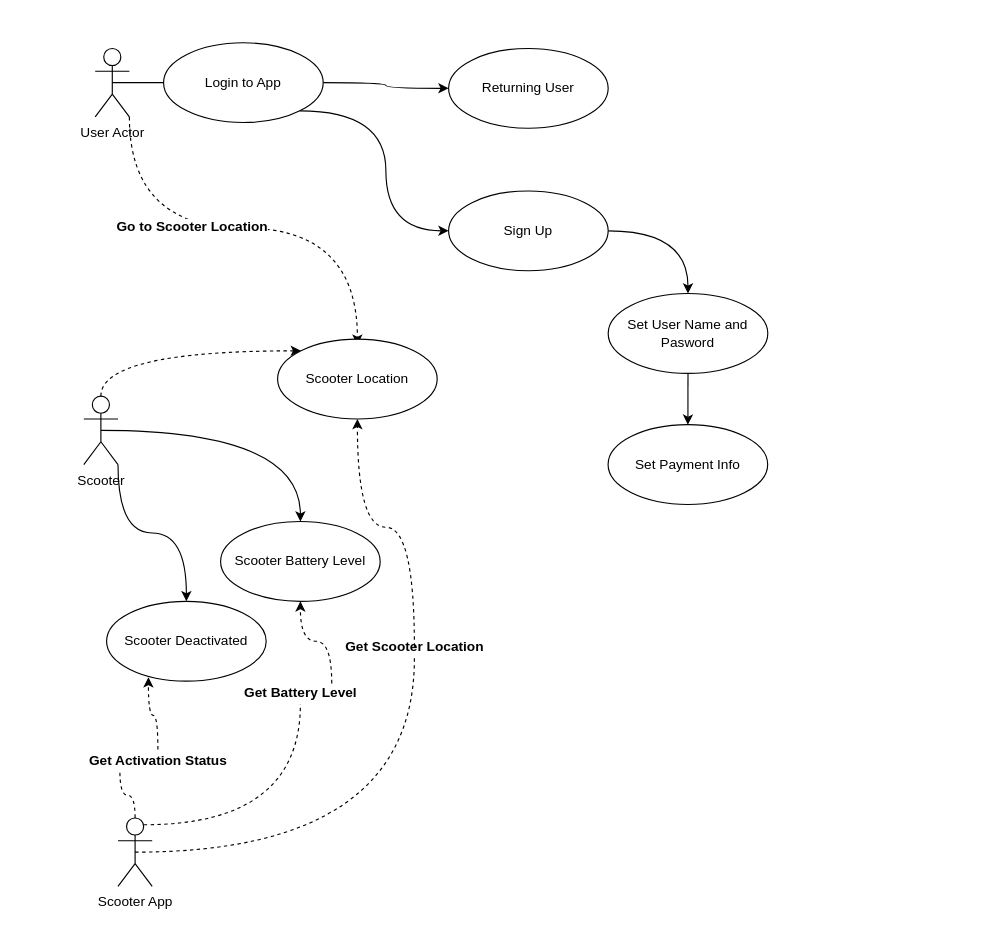
GreyWoulf/Scooter-Project keeps this draw.io diagram as Scooter Use Case Diagram.drawio. Above is the earlier version. Source tidied: cells renumbered, new cells numbered last; positions are measured from the earlier drawing's top-left corner, leaving out a move shared by most shapes. Both pictures are drawn from the tidied source at 114%, with x=0, y=0 at pixel (78, 42).
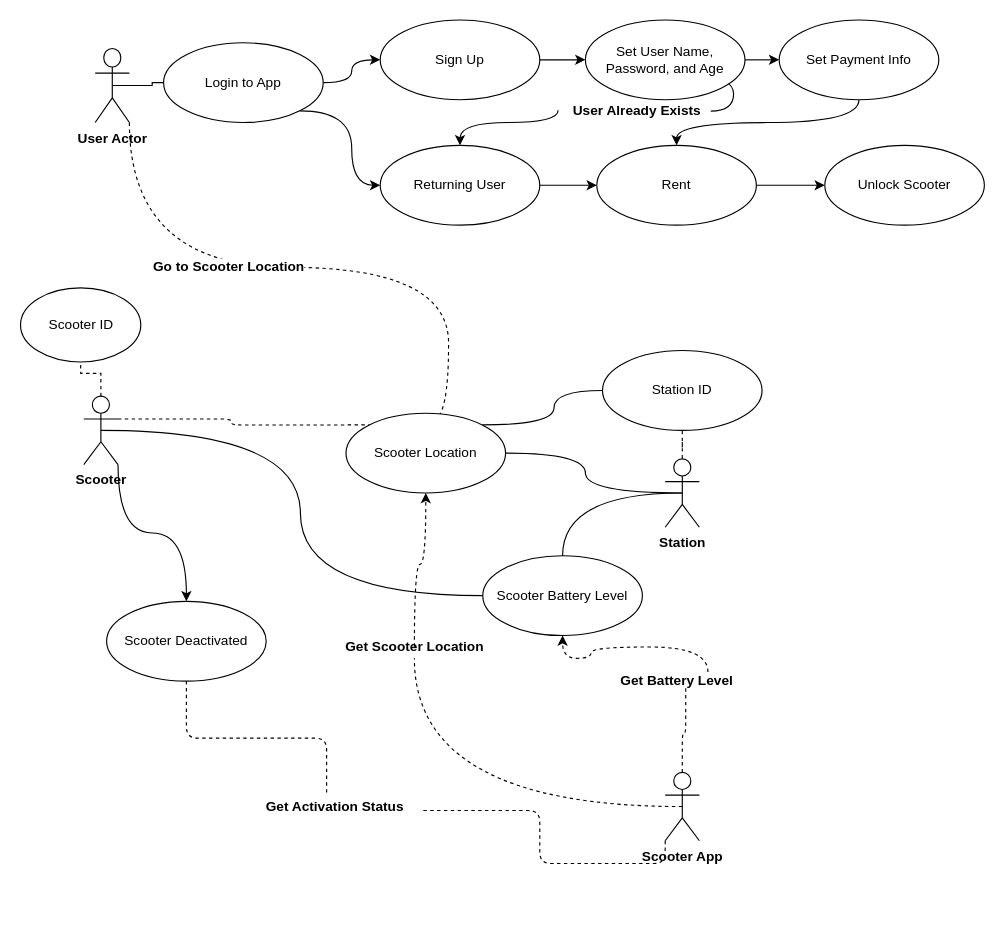
The same diagram, later.

Unchanged cells that the change refers to:
```xml
<mxCell id="17" value="Scooter Deactivated" style="ellipse;whiteSpace=wrap;html=1;" parent="1" vertex="1">
  <mxGeometry x="25" y="490" width="140" height="70" as="geometry" />
</mxCell>
<mxCell id="21" value="Login to App" style="ellipse;whiteSpace=wrap;html=1;" parent="1" vertex="1">
  <mxGeometry x="75" width="140" height="70" as="geometry" />
</mxCell>
```

Diff of the diagram source:
```diff
@@
     <mxCell id="2" style="edgeStyle=orthogonalEdgeStyle;jettySize=auto;html=1;exitX=1;exitY=1;exitDx=0;exitDy=0;exitPerimeter=0;entryX=0.5;entryY=0.071;entryDx=0;entryDy=0;entryPerimeter=0;curved=1;dashed=1;" parent="1" edge="1" source="4" target="18">
-      <mxGeometry relative="1" as="geometry" />
+      <mxGeometry relative="1" as="geometry">
+        <Array as="points">
+          <mxPoint x="45" y="197" />
+          <mxPoint x="325" y="197" />
+          <mxPoint x="325" y="330" />
+        </Array>
+      </mxGeometry>
     </mxCell>
@@
-    <mxCell id="4" value="User Actor" style="shape=umlActor;verticalLabelPosition=bottom;verticalAlign=top;html=1;" parent="1" vertex="1">
-      <mxGeometry x="15" y="5" width="30" height="60" as="geometry" />
+    <mxCell id="4" value="&lt;b&gt;User Actor&lt;/b&gt;" style="shape=umlActor;verticalLabelPosition=bottom;verticalAlign=top;html=1;" parent="1" vertex="1">
+      <mxGeometry x="15" y="5" width="30" height="65" as="geometry" />
     </mxCell>
@@
-    <mxCell id="6" style="edgeStyle=orthogonalEdgeStyle;jettySize=auto;html=1;exitX=0.5;exitY=0.5;exitDx=0;exitDy=0;exitPerimeter=0;curved=1;" parent="1" edge="1" source="8" target="16">
+    <mxCell id="6" style="edgeStyle=orthogonalEdgeStyle;curved=1;jettySize=auto;html=1;exitX=0.5;exitY=0.5;exitDx=0;exitDy=0;exitPerimeter=0;entryX=0;entryY=0.5;entryDx=0;entryDy=0;fontSize=12;endArrow=none;endFill=0;strokeColor=default;" parent="1" edge="1" source="8" target="16">
       <mxGeometry relative="1" as="geometry" />
     </mxCell>
-    <mxCell id="7" style="edgeStyle=orthogonalEdgeStyle;curved=1;jettySize=auto;html=1;exitX=0.5;exitY=0;exitDx=0;exitDy=0;exitPerimeter=0;entryX=0;entryY=0;entryDx=0;entryDy=0;dashed=1;fontSize=12;" parent="1" edge="1" source="8" target="18">
+    <mxCell id="7" style="edgeStyle=orthogonalEdgeStyle;jettySize=auto;html=1;exitX=1;exitY=0.3333333333333333;exitDx=0;exitDy=0;exitPerimeter=0;entryX=0;entryY=0;entryDx=0;entryDy=0;fontSize=12;endArrow=none;endFill=0;strokeColor=default;dashed=1;rounded=1;" parent="1" edge="1" source="8" target="18">
       <mxGeometry relative="1" as="geometry" />
     </mxCell>
+    <mxCell id="32" style="edgeStyle=orthogonalEdgeStyle;rounded=0;jettySize=auto;html=1;exitX=0.5;exitY=0;exitDx=0;exitDy=0;exitPerimeter=0;dashed=1;fontSize=12;endArrow=none;endFill=0;strokeColor=default;" parent="1" edge="1" source="8" target="49">
+      <mxGeometry relative="1" as="geometry" />
+    </mxCell>
-    <mxCell id="8" value="Scooter" style="shape=umlActor;verticalLabelPosition=bottom;verticalAlign=top;html=1;" parent="1" vertex="1">
+    <mxCell id="8" value="&lt;b&gt;Scooter&lt;/b&gt;" style="shape=umlActor;verticalLabelPosition=bottom;verticalAlign=top;html=1;" parent="1" vertex="1">
       <mxGeometry x="5" y="310" width="30" height="60" as="geometry" />
     </mxCell>
@@
-    <mxCell id="10" style="edgeStyle=orthogonalEdgeStyle;curved=1;jettySize=auto;html=1;exitX=0.5;exitY=0;exitDx=0;exitDy=0;exitPerimeter=0;entryX=0.262;entryY=0.951;entryDx=0;entryDy=0;entryPerimeter=0;fontSize=12;dashed=1;startArrow=none;" parent="1" edge="1" source="23" target="17">
-      <mxGeometry relative="1" as="geometry" />
-    </mxCell>
@@
+    <mxCell id="28" style="edgeStyle=orthogonalEdgeStyle;rounded=1;jettySize=auto;html=1;exitX=0.5;exitY=0;exitDx=0;exitDy=0;exitPerimeter=0;entryX=0.573;entryY=0.696;entryDx=0;entryDy=0;entryPerimeter=0;fontSize=12;endArrow=none;endFill=0;strokeColor=default;dashed=1;" parent="1" edge="1" source="12" target="27">
+      <mxGeometry relative="1" as="geometry" />
+    </mxCell>
+    <mxCell id="24" style="edgeStyle=orthogonalEdgeStyle;rounded=1;jettySize=auto;html=1;exitX=0;exitY=1;exitDx=0;exitDy=0;exitPerimeter=0;entryX=1.048;entryY=0.673;entryDx=0;entryDy=0;entryPerimeter=0;dashed=1;fontSize=12;endArrow=none;endFill=0;strokeColor=default;" parent="1" edge="1" source="12" target="23">
+      <mxGeometry relative="1" as="geometry" />
+    </mxCell>
-    <mxCell id="12" value="Scooter App" style="shape=umlActor;verticalLabelPosition=bottom;verticalAlign=top;html=1;" parent="1" vertex="1">
-      <mxGeometry x="35" y="680" width="30" height="60" as="geometry" />
+    <mxCell id="12" value="&lt;b&gt;Scooter App&lt;/b&gt;" style="shape=umlActor;verticalLabelPosition=bottom;verticalAlign=top;html=1;" parent="1" vertex="1">
+      <mxGeometry x="515" y="640" width="30" height="60" as="geometry" />
     </mxCell>
-    <mxCell id="13" style="edgeStyle=orthogonalEdgeStyle;jettySize=auto;html=1;curved=1;" parent="1" edge="1" source="21" target="15">
-      <mxGeometry relative="1" as="geometry" />
-    </mxCell>
-    <mxCell id="14" style="edgeStyle=orthogonalEdgeStyle;jettySize=auto;html=1;exitX=1;exitY=1;exitDx=0;exitDy=0;entryX=0;entryY=0.5;entryDx=0;entryDy=0;fontSize=12;curved=1;" parent="1" edge="1" source="21" target="20">
-      <mxGeometry relative="1" as="geometry" />
-    </mxCell>
+    <mxCell id="33" style="edgeStyle=orthogonalEdgeStyle;curved=1;jettySize=auto;html=1;exitX=1;exitY=0.5;exitDx=0;exitDy=0;entryX=0.112;entryY=0.396;entryDx=0;entryDy=0;entryPerimeter=0;fontSize=12;strokeColor=none;endArrow=none;endFill=0;" parent="1" edge="1" source="15" target="38">
+      <mxGeometry relative="1" as="geometry" />
+    </mxCell>
+    <mxCell id="34" style="edgeStyle=orthogonalEdgeStyle;curved=1;jettySize=auto;html=1;exitX=0.5;exitY=0;exitDx=0;exitDy=0;entryX=-0.03;entryY=0.465;entryDx=0;entryDy=0;entryPerimeter=0;fontSize=12;endArrow=none;endFill=0;strokeColor=default;startArrow=classic;startFill=1;" parent="1" edge="1" source="15" target="38">
+      <mxGeometry relative="1" as="geometry" />
+    </mxCell>
     <mxCell id="15" value="Returning User" style="ellipse;whiteSpace=wrap;html=1;" parent="1" vertex="1">
-      <mxGeometry x="325" y="5" width="140" height="70" as="geometry" />
+      <mxGeometry x="265" y="90" width="140" height="70" as="geometry" />
     </mxCell>
     <mxCell id="16" value="Scooter Battery Level" style="ellipse;whiteSpace=wrap;html=1;" parent="1" vertex="1">
-      <mxGeometry x="125" y="420" width="140" height="70" as="geometry" />
+      <mxGeometry x="355" y="450" width="140" height="70" as="geometry" />
     </mxCell>
+    <mxCell id="35" style="edgeStyle=orthogonalEdgeStyle;rounded=1;jettySize=auto;html=1;exitX=0.5;exitY=1;exitDx=0;exitDy=0;entryX=0.45;entryY=-0.004;entryDx=0;entryDy=0;entryPerimeter=0;dashed=1;fontSize=12;endArrow=none;endFill=0;strokeColor=default;" parent="1" edge="1" source="17" target="23">
+      <mxGeometry relative="1" as="geometry" />
+    </mxCell>
@@
+    <mxCell id="36" style="edgeStyle=orthogonalEdgeStyle;jettySize=auto;html=1;exitX=1;exitY=0;exitDx=0;exitDy=0;entryX=0;entryY=0.5;entryDx=0;entryDy=0;fontSize=12;endArrow=none;endFill=0;strokeColor=default;curved=1;" parent="1" edge="1" source="18" target="43">
+      <mxGeometry relative="1" as="geometry" />
+    </mxCell>
     <mxCell id="18" value="Scooter Location" style="ellipse;whiteSpace=wrap;html=1;" parent="1" vertex="1">
-      <mxGeometry x="175" y="260" width="140" height="70" as="geometry" />
+      <mxGeometry x="235" y="325" width="140" height="70" as="geometry" />
     </mxCell>
@@
     <mxCell id="20" value="Sign Up" style="ellipse;whiteSpace=wrap;html=1;fontSize=12;" parent="1" vertex="1">
-      <mxGeometry x="325" y="130" width="140" height="70" as="geometry" />
+      <mxGeometry x="265" y="-20" width="140" height="70" as="geometry" />
     </mxCell>
+    <mxCell id="14" style="edgeStyle=orthogonalEdgeStyle;curved=1;jettySize=auto;html=1;exitX=1;exitY=0.5;exitDx=0;exitDy=0;entryX=0;entryY=0.5;entryDx=0;entryDy=0;fontSize=12;strokeColor=default;" parent="1" edge="1" source="21" target="20">
+      <mxGeometry relative="1" as="geometry" />
+    </mxCell>
+    <mxCell id="13" style="edgeStyle=orthogonalEdgeStyle;curved=1;jettySize=auto;html=1;exitX=1;exitY=1;exitDx=0;exitDy=0;entryX=0;entryY=0.5;entryDx=0;entryDy=0;fontSize=12;strokeColor=default;" parent="1" edge="1" source="21" target="15">
+      <mxGeometry relative="1" as="geometry" />
+    </mxCell>
@@
     <mxCell id="23" value="&lt;b&gt;Get Activation Status&lt;/b&gt;" style="text;html=1;align=center;verticalAlign=middle;points=[];strokeColor=none;fillColor=none;fontSize=12;" parent="1" vertex="1">
-      <mxGeometry y="620" width="140" height="20" as="geometry" />
+      <mxGeometry x="155" y="660" width="140" height="20" as="geometry" />
     </mxCell>
-    <mxCell id="24" style="edgeStyle=orthogonalEdgeStyle;curved=1;jettySize=auto;html=1;exitX=0.5;exitY=0;exitDx=0;exitDy=0;exitPerimeter=0;entryX=0.262;entryY=0.951;entryDx=0;entryDy=0;entryPerimeter=0;fontSize=12;dashed=1;endArrow=none;" parent="1" edge="1" source="12" target="23">
-      <mxGeometry relative="1" as="geometry" />
-    </mxCell>
@@
     <mxCell id="27" value="&lt;b&gt;Get Battery Level&lt;/b&gt;" style="text;html=1;align=center;verticalAlign=middle;points=[];strokeColor=none;fillColor=none;fontSize=12;" parent="1" vertex="1">
-      <mxGeometry x="140" y="560" width="110" height="20" as="geometry" />
+      <mxGeometry x="470" y="550" width="110" height="20" as="geometry" />
     </mxCell>
-    <mxCell id="28" style="edgeStyle=orthogonalEdgeStyle;curved=1;jettySize=auto;html=1;exitX=0.75;exitY=0.1;exitDx=0;exitDy=0;exitPerimeter=0;entryX=0.5;entryY=1;entryDx=0;entryDy=0;fontSize=12;dashed=1;endArrow=none;" parent="1" edge="1" source="12" target="27">
-      <mxGeometry relative="1" as="geometry" />
-    </mxCell>
+    <mxCell id="37" style="edgeStyle=orthogonalEdgeStyle;curved=1;jettySize=auto;html=1;exitX=1;exitY=0.5;exitDx=0;exitDy=0;entryX=0.5;entryY=1;entryDx=0;entryDy=0;fontSize=12;strokeColor=default;startArrow=none;" parent="1" edge="1" source="38" target="30">
+      <mxGeometry relative="1" as="geometry" />
+    </mxCell>
-    <mxCell id="29" style="edgeStyle=orthogonalEdgeStyle;curved=1;jettySize=auto;html=1;exitX=0.5;exitY=1;exitDx=0;exitDy=0;fontSize=12;strokeColor=default;" parent="1" edge="1" source="30" target="31">
+    <mxCell id="29" style="edgeStyle=orthogonalEdgeStyle;curved=1;jettySize=auto;html=1;exitX=1;exitY=0.5;exitDx=0;exitDy=0;entryX=0;entryY=0.5;entryDx=0;entryDy=0;fontSize=12;strokeColor=default;" parent="1" edge="1" source="30" target="31">
       <mxGeometry relative="1" as="geometry" />
     </mxCell>
-    <mxCell id="30" value="Set User Name and Pasword" style="ellipse;whiteSpace=wrap;html=1;fontSize=12;" parent="1" vertex="1">
-      <mxGeometry x="465" y="220" width="140" height="70" as="geometry" />
+    <mxCell id="30" value="Set User Name, Password, and Age" style="ellipse;whiteSpace=wrap;html=1;fontSize=12;" parent="1" vertex="1">
+      <mxGeometry x="445" y="-20" width="140" height="70" as="geometry" />
     </mxCell>
     <mxCell id="31" value="Set Payment Info" style="ellipse;whiteSpace=wrap;html=1;fontSize=12;" parent="1" vertex="1">
-      <mxGeometry x="464.9" y="335" width="140" height="70" as="geometry" />
+      <mxGeometry x="615" y="-20" width="140" height="70" as="geometry" />
     </mxCell>
+    <mxCell id="38" value="&lt;b&gt;User Already Exists&lt;/b&gt;" style="text;html=1;align=center;verticalAlign=middle;points=[];strokeColor=none;fillColor=none;fontSize=12;" parent="1" vertex="1">
+      <mxGeometry x="425" y="50" width="130" height="20" as="geometry" />
+    </mxCell>
+    <mxCell id="39" style="edgeStyle=orthogonalEdgeStyle;curved=1;jettySize=auto;html=1;exitX=0.5;exitY=0.5;exitDx=0;exitDy=0;exitPerimeter=0;entryX=1;entryY=0.5;entryDx=0;entryDy=0;fontSize=12;endArrow=none;endFill=0;strokeColor=default;" parent="1" edge="1" source="42" target="18">
+      <mxGeometry relative="1" as="geometry" />
+    </mxCell>
+    <mxCell id="40" style="edgeStyle=orthogonalEdgeStyle;curved=1;jettySize=auto;html=1;exitX=0.5;exitY=0.5;exitDx=0;exitDy=0;exitPerimeter=0;entryX=0.5;entryY=0;entryDx=0;entryDy=0;fontSize=12;endArrow=none;endFill=0;strokeColor=default;" parent="1" edge="1" source="42" target="16">
+      <mxGeometry relative="1" as="geometry" />
+    </mxCell>
+    <mxCell id="41" style="edgeStyle=orthogonalEdgeStyle;curved=1;jettySize=auto;html=1;exitX=0.5;exitY=0;exitDx=0;exitDy=0;exitPerimeter=0;dashed=1;fontSize=12;endArrow=none;endFill=0;strokeColor=default;" parent="1" edge="1" source="42" target="43">
+      <mxGeometry relative="1" as="geometry" />
+    </mxCell>
+    <mxCell id="42" value="&lt;b&gt;Station&lt;/b&gt;" style="shape=umlActor;verticalLabelPosition=bottom;verticalAlign=top;html=1;fontSize=12;" parent="1" vertex="1">
+      <mxGeometry x="515" y="365" width="30" height="60" as="geometry" />
+    </mxCell>
+    <mxCell id="43" value="Station ID" style="ellipse;whiteSpace=wrap;html=1;fontSize=12;" parent="1" vertex="1">
+      <mxGeometry x="460" y="270" width="140" height="70" as="geometry" />
+    </mxCell>
+    <mxCell id="44" style="edgeStyle=orthogonalEdgeStyle;jettySize=auto;html=1;exitX=0.5;exitY=0;exitDx=0;exitDy=0;entryX=0.5;entryY=1;entryDx=0;entryDy=0;fontSize=12;startArrow=classic;startFill=1;endArrow=none;endFill=0;strokeColor=default;curved=1;" parent="1" edge="1" source="46" target="31">
+      <mxGeometry relative="1" as="geometry" />
+    </mxCell>
+    <mxCell id="45" style="edgeStyle=orthogonalEdgeStyle;curved=1;jettySize=auto;html=1;exitX=0;exitY=0.5;exitDx=0;exitDy=0;entryX=1;entryY=0.5;entryDx=0;entryDy=0;fontSize=12;startArrow=classic;startFill=1;endArrow=none;endFill=0;strokeColor=default;" parent="1" edge="1" source="46" target="15">
+      <mxGeometry relative="1" as="geometry" />
+    </mxCell>
+    <mxCell id="46" value="Rent" style="ellipse;whiteSpace=wrap;html=1;fontSize=12;" parent="1" vertex="1">
+      <mxGeometry x="455" y="90" width="140" height="70" as="geometry" />
+    </mxCell>
+    <mxCell id="47" style="edgeStyle=orthogonalEdgeStyle;curved=1;jettySize=auto;html=1;exitX=0;exitY=0.5;exitDx=0;exitDy=0;entryX=1;entryY=0.5;entryDx=0;entryDy=0;fontSize=12;startArrow=classic;startFill=1;endArrow=none;endFill=0;strokeColor=default;" parent="1" edge="1" source="48" target="46">
+      <mxGeometry relative="1" as="geometry" />
+    </mxCell>
+    <mxCell id="48" value="Unlock Scooter" style="ellipse;whiteSpace=wrap;html=1;fontSize=12;" parent="1" vertex="1">
+      <mxGeometry x="655" y="90" width="140" height="70" as="geometry" />
+    </mxCell>
+    <mxCell id="49" value="Scooter ID" style="ellipse;whiteSpace=wrap;html=1;fontSize=12;" parent="1" vertex="1">
+      <mxGeometry x="-50.5" y="215" width="105.5" height="65" as="geometry" />
+    </mxCell>
```
